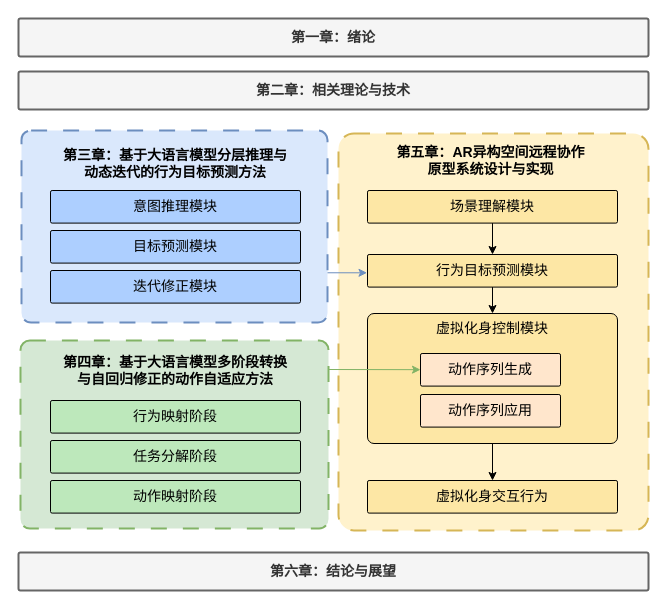
This is 研究内容架构.drawio from Rinco1018/project_test, a draw.io file, before an edit. Source tidied: cells renumbered, new cells numbered last; positions are measured from the earlier drawing's top-left corner, leaving out a move shared by most shapes. Both pictures are drawn from the tidied source at 100%, with x=0, y=0 at pixel (18, 18).
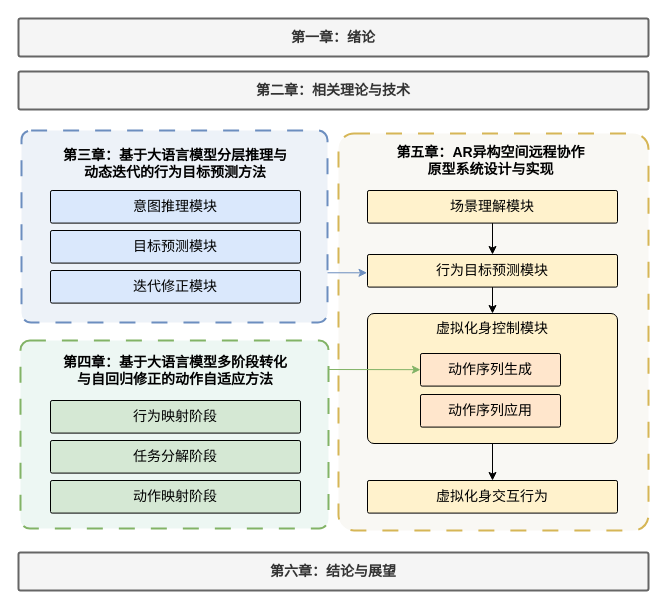
Above is the later version.

Commit message:
更新研究内容架构.drawio

The edit, as a diff of the source:
```diff
@@
-    <mxCell id="2" style="rounded=1;arcSize=5;whiteSpace=wrap;html=1;fillColor=#dae8fc;strokeWidth=2;strokeColor=#6c8ebf;dashed=1;dashPattern=8 8;" parent="1" vertex="1">
+    <mxCell id="2" style="rounded=1;arcSize=5;whiteSpace=wrap;html=1;fillColor=#EDF2F8;strokeWidth=2;strokeColor=#6c8ebf;dashed=1;dashPattern=8 8;" parent="1" vertex="1">
       <mxGeometry x="3" y="112" width="306" height="192" as="geometry" />
     </mxCell>
@@
-    <mxCell id="4" value="&lt;font style=&quot;font-size: 14px;&quot;&gt;意图推理模块&lt;/font&gt;" style="rounded=1;arcSize=5;whiteSpace=wrap;html=1;strokeWidth=1;fillColor=light-dark(#adcfff, #1d293b);strokeColor=#000000;" parent="1" vertex="1">
+    <mxCell id="4" value="&lt;font style=&quot;font-size: 14px;&quot;&gt;意图推理模块&lt;/font&gt;" style="rounded=1;arcSize=5;whiteSpace=wrap;html=1;strokeWidth=1;fillColor=#dae8fc;strokeColor=#000000;" parent="1" vertex="1">
       <mxGeometry x="32" y="172" width="250" height="32.6" as="geometry" />
     </mxCell>
-    <mxCell id="5" value="&lt;font style=&quot;font-size: 14px;&quot;&gt;目标预测模块&lt;/font&gt;" style="rounded=1;arcSize=5;whiteSpace=wrap;html=1;strokeWidth=1;strokeColor=#000000;align=center;verticalAlign=middle;fontFamily=Helvetica;fontSize=12;fontColor=default;fillColor=light-dark(#adcfff, #1d293b);" parent="1" vertex="1">
+    <mxCell id="5" value="&lt;font style=&quot;font-size: 14px;&quot;&gt;目标预测模块&lt;/font&gt;" style="rounded=1;arcSize=5;whiteSpace=wrap;html=1;strokeWidth=1;strokeColor=light-dark(#000000, #5c79a3);align=center;verticalAlign=middle;fontFamily=Helvetica;fontSize=12;fillColor=#dae8fc;" parent="1" vertex="1">
       <mxGeometry x="32" y="212" width="250" height="32.6" as="geometry" />
     </mxCell>
-    <mxCell id="6" value="&lt;font style=&quot;font-size: 14px;&quot;&gt;迭代修正模块&lt;/font&gt;" style="rounded=1;arcSize=5;whiteSpace=wrap;html=1;strokeWidth=1;strokeColor=#000000;align=center;verticalAlign=middle;fontFamily=Helvetica;fontSize=12;fontColor=default;fillColor=light-dark(#adcfff, #1d293b);" parent="1" vertex="1">
+    <mxCell id="6" value="&lt;font style=&quot;font-size: 14px;&quot;&gt;迭代修正模块&lt;/font&gt;" style="rounded=1;arcSize=5;whiteSpace=wrap;html=1;strokeWidth=1;strokeColor=light-dark(#000000, #5c79a3);align=center;verticalAlign=middle;fontFamily=Helvetica;fontSize=12;fillColor=#dae8fc;fontColor=default;" parent="1" vertex="1">
       <mxGeometry x="32" y="252" width="250" height="32.6" as="geometry" />
     </mxCell>
-    <mxCell id="7" style="rounded=1;arcSize=5;whiteSpace=wrap;html=1;fillColor=#d5e8d4;strokeWidth=2;strokeColor=#82b366;dashed=1;dashPattern=8 8;" parent="1" vertex="1">
+    <mxCell id="7" style="rounded=1;arcSize=5;whiteSpace=wrap;html=1;fillColor=#EDF7F3;strokeWidth=2;strokeColor=#82b366;dashed=1;dashPattern=8 8;" parent="1" vertex="1">
       <mxGeometry x="2" y="322" width="308" height="188" as="geometry" />
     </mxCell>
-    <mxCell id="8" value="&lt;font style=&quot;font-size: 14px;&quot;&gt;&lt;b style=&quot;&quot;&gt;&lt;span&gt;&lt;br&gt;&lt;span style=&quot;font-family: Helvetica; font-style: normal; font-variant-ligatures: normal; font-variant-caps: normal; letter-spacing: normal; orphans: 2; text-align: center; text-indent: 0px; text-transform: none; widows: 2; word-spacing: 0px; -webkit-text-stroke-width: 0px; white-space: normal; text-decoration-thickness: initial; text-decoration-style: initial; text-decoration-color: initial; float: none; display: inline !important;&quot;&gt;第四章：基于大语言模型多阶段转换与自回归修正的动作自适应方法&lt;/span&gt;&lt;/span&gt;&lt;br&gt;&lt;/b&gt;&lt;/font&gt;" style="text;html=1;align=center;verticalAlign=middle;whiteSpace=wrap;rounded=0;fontColor=default;strokeWidth=2;" parent="1" vertex="1">
+    <mxCell id="8" value="&lt;font style=&quot;font-size: 14px;&quot;&gt;&lt;b style=&quot;&quot;&gt;&lt;span&gt;&lt;br&gt;&lt;span style=&quot;font-family: Helvetica; font-style: normal; font-variant-ligatures: normal; font-variant-caps: normal; letter-spacing: normal; orphans: 2; text-align: center; text-indent: 0px; text-transform: none; widows: 2; word-spacing: 0px; -webkit-text-stroke-width: 0px; white-space: normal; text-decoration-thickness: initial; text-decoration-style: initial; text-decoration-color: initial; float: none; display: inline !important;&quot;&gt;第四章：基于大语言模型多阶段转化与自回归修正的动作自适应方法&lt;/span&gt;&lt;/span&gt;&lt;br&gt;&lt;/b&gt;&lt;/font&gt;" style="text;html=1;align=center;verticalAlign=middle;whiteSpace=wrap;rounded=0;fontColor=default;strokeWidth=2;" parent="1" vertex="1">
       <mxGeometry x="38" y="329" width="238" height="30" as="geometry" />
     </mxCell>
-    <mxCell id="9" value="&lt;font style=&quot;font-size: 14px;&quot;&gt;行为映射阶段&lt;/font&gt;" style="rounded=1;arcSize=5;whiteSpace=wrap;html=1;strokeWidth=1;fillColor=light-dark(#bde8bb, #1f2f1e);strokeColor=#000000;" parent="1" vertex="1">
+    <mxCell id="9" value="&lt;font style=&quot;font-size: 14px;&quot;&gt;行为映射阶段&lt;/font&gt;" style="rounded=1;arcSize=5;whiteSpace=wrap;html=1;strokeWidth=1;fillColor=#d5e8d4;strokeColor=#000000;" parent="1" vertex="1">
       <mxGeometry x="32" y="382" width="250" height="32.6" as="geometry" />
     </mxCell>
-    <mxCell id="10" value="&lt;font style=&quot;font-size: 14px;&quot;&gt;任务分解阶段&lt;/font&gt;" style="rounded=1;arcSize=5;whiteSpace=wrap;html=1;strokeWidth=1;strokeColor=#000000;align=center;verticalAlign=middle;fontFamily=Helvetica;fontSize=12;fontColor=default;fillColor=light-dark(#bde8bb, #1f2f1e);" parent="1" vertex="1">
+    <mxCell id="10" value="&lt;font style=&quot;font-size: 14px;&quot;&gt;任务分解阶段&lt;/font&gt;" style="rounded=1;arcSize=5;whiteSpace=wrap;html=1;strokeWidth=1;strokeColor=#000000;align=center;verticalAlign=middle;fontFamily=Helvetica;fontSize=12;fillColor=#d5e8d4;fontColor=default;" parent="1" vertex="1">
       <mxGeometry x="32" y="422" width="250" height="32.6" as="geometry" />
     </mxCell>
-    <mxCell id="11" value="&lt;font style=&quot;font-size: 14px;&quot;&gt;动作映射阶段&lt;/font&gt;" style="rounded=1;arcSize=5;whiteSpace=wrap;html=1;strokeWidth=1;strokeColor=#000000;align=center;verticalAlign=middle;fontFamily=Helvetica;fontSize=12;fontColor=default;fillColor=light-dark(#bde8bb, #1f2f1e);" parent="1" vertex="1">
+    <mxCell id="11" value="&lt;font style=&quot;font-size: 14px;&quot;&gt;动作映射阶段&lt;/font&gt;" style="rounded=1;arcSize=5;whiteSpace=wrap;html=1;strokeWidth=1;strokeColor=#000000;align=center;verticalAlign=middle;fontFamily=Helvetica;fontSize=12;fillColor=#d5e8d4;fontColor=default;" parent="1" vertex="1">
       <mxGeometry x="32" y="462" width="250" height="32.6" as="geometry" />
     </mxCell>
-    <mxCell id="12" style="rounded=1;arcSize=5;whiteSpace=wrap;html=1;fillColor=#fff2cc;strokeWidth=2;strokeColor=#d6b656;dashed=1;dashPattern=8 8;" parent="1" vertex="1">
+    <mxCell id="12" style="rounded=1;arcSize=5;whiteSpace=wrap;html=1;fillColor=#F9F8F4;strokeWidth=2;strokeColor=#d6b656;dashed=1;dashPattern=8 8;" parent="1" vertex="1">
       <mxGeometry x="320" y="115" width="310" height="397" as="geometry" />
     </mxCell>
@@
-    <mxCell id="14" value="&lt;font style=&quot;font-size: 14px;&quot;&gt;场景理解模块&lt;/font&gt;" style="rounded=1;arcSize=5;whiteSpace=wrap;html=1;strokeWidth=1;fillColor=light-dark(#fde7a5, #281d00);strokeColor=#000000;align=center;verticalAlign=middle;fontFamily=Helvetica;fontSize=12;" parent="1" vertex="1">
+    <mxCell id="14" value="&lt;font style=&quot;font-size: 14px;&quot;&gt;场景理解模块&lt;/font&gt;" style="rounded=1;arcSize=5;whiteSpace=wrap;html=1;strokeWidth=1;fillColor=#fff2cc;strokeColor=#000000;align=center;verticalAlign=middle;fontFamily=Helvetica;fontSize=12;" parent="1" vertex="1">
       <mxGeometry x="349" y="172" width="250" height="32.6" as="geometry" />
     </mxCell>
@@
-    <mxCell id="16" value="&lt;font style=&quot;font-size: 14px;&quot;&gt;行为目标预测模块&lt;/font&gt;" style="rounded=1;arcSize=5;whiteSpace=wrap;html=1;strokeWidth=1;fillColor=light-dark(#fde7a5, #281d00);strokeColor=#000000;align=center;verticalAlign=middle;fontFamily=Helvetica;fontSize=12;fontColor=default;" parent="1" vertex="1">
+    <mxCell id="16" value="&lt;font style=&quot;font-size: 14px;&quot;&gt;行为目标预测模块&lt;/font&gt;" style="rounded=1;arcSize=5;whiteSpace=wrap;html=1;strokeWidth=1;fillColor=#fff2cc;strokeColor=#000000;align=center;verticalAlign=middle;fontFamily=Helvetica;fontSize=12;" parent="1" vertex="1">
       <mxGeometry x="349" y="236" width="250" height="32.6" as="geometry" />
     </mxCell>
@@
-    <mxCell id="18" style="rounded=1;arcSize=5;whiteSpace=wrap;html=1;strokeWidth=1;fillColor=light-dark(#fde7a5, #281d00);strokeColor=#000000;align=center;verticalAlign=middle;fontFamily=Helvetica;fontSize=12;fontColor=default;" parent="1" vertex="1">
+    <mxCell id="18" style="rounded=1;arcSize=5;whiteSpace=wrap;html=1;strokeWidth=1;fillColor=#fff2cc;strokeColor=#000000;align=center;verticalAlign=middle;fontFamily=Helvetica;fontSize=12;" parent="1" vertex="1">
       <mxGeometry x="349" y="295" width="250" height="130" as="geometry" />
     </mxCell>
@@
-    <mxCell id="23" value="&lt;span style=&quot;font-size: 14px;&quot;&gt;虚拟化身交互行为&lt;/span&gt;" style="rounded=1;arcSize=5;whiteSpace=wrap;html=1;strokeWidth=1;fillColor=light-dark(#fde7a5, #281d00);strokeColor=#000000;align=center;verticalAlign=middle;fontFamily=Helvetica;fontSize=12;fontColor=default;" parent="1" vertex="1">
+    <mxCell id="23" value="&lt;span style=&quot;font-size: 14px;&quot;&gt;虚拟化身交互行为&lt;/span&gt;" style="rounded=1;arcSize=5;whiteSpace=wrap;html=1;strokeWidth=1;fillColor=#fff2cc;strokeColor=#000000;align=center;verticalAlign=middle;fontFamily=Helvetica;fontSize=12;" parent="1" vertex="1">
       <mxGeometry x="349" y="462" width="250" height="32.6" as="geometry" />
     </mxCell>
```
